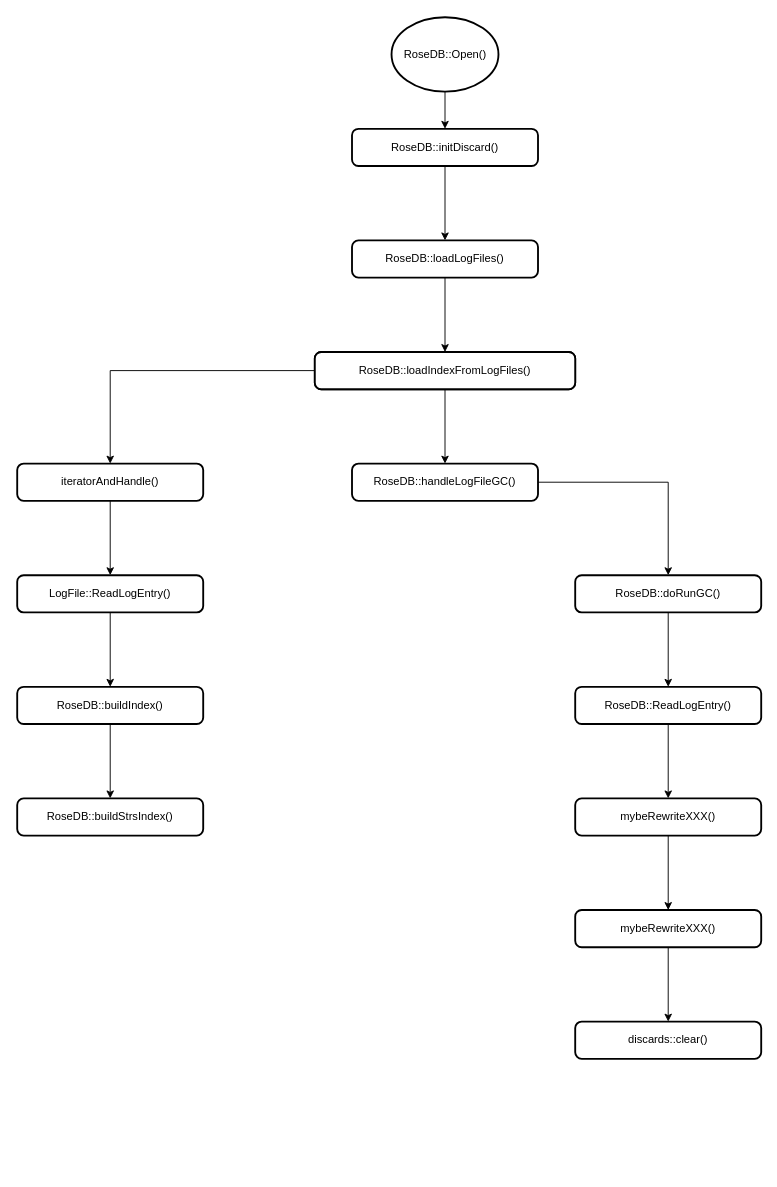
The draw.io diagram leveldb/rosedb_start.drawio in zll600/pictures, before the edit. Source tidied: cells renumbered, new cells numbered last; positions are measured from the earlier drawing's top-left corner, leaving out a move shared by most shapes. Both pictures are drawn from the tidied source at 93%, with x=0, y=0 at pixel (17, 17).
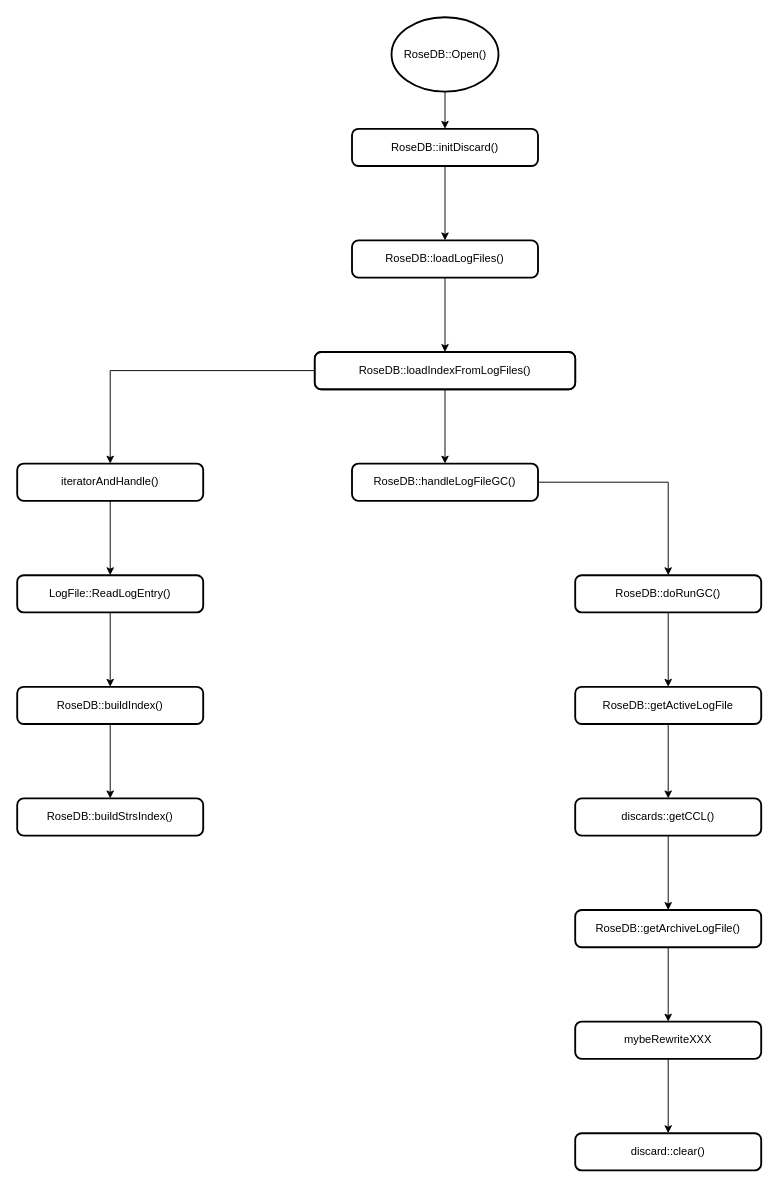
After the change.

Diff of the diagram source:
```diff
@@
-    <mxCell id="24" value="RoseDB::ReadLogEntry()" style="rounded=1;whiteSpace=wrap;html=1;absoluteArcSize=1;arcSize=14;strokeWidth=2;" parent="1" vertex="1">
+    <mxCell id="24" value="RoseDB::getActiveLogFile" style="rounded=1;whiteSpace=wrap;html=1;absoluteArcSize=1;arcSize=14;strokeWidth=2;" parent="1" vertex="1">
       <mxGeometry x="600" y="720" width="200" height="40" as="geometry" />
     </mxCell>
@@
-    <mxCell id="26" value="mybeRewriteXXX()" style="rounded=1;whiteSpace=wrap;html=1;absoluteArcSize=1;arcSize=14;strokeWidth=2;" parent="1" vertex="1">
+    <mxCell id="26" value="discards::getCCL()" style="rounded=1;whiteSpace=wrap;html=1;absoluteArcSize=1;arcSize=14;strokeWidth=2;" parent="1" vertex="1">
       <mxGeometry x="600" y="840" width="200" height="40" as="geometry" />
     </mxCell>
@@
-    <mxCell id="28" value="mybeRewriteXXX()" style="rounded=1;whiteSpace=wrap;html=1;absoluteArcSize=1;arcSize=14;strokeWidth=2;" parent="1" vertex="1">
+    <mxCell id="28" value="RoseDB::getArchiveLogFile()" style="rounded=1;whiteSpace=wrap;html=1;absoluteArcSize=1;arcSize=14;strokeWidth=2;" parent="1" vertex="1">
       <mxGeometry x="600" y="960" width="200" height="40" as="geometry" />
     </mxCell>
+    <mxCell id="30" style="edgeStyle=orthogonalEdgeStyle;rounded=0;jettySize=auto;html=1;entryX=0.5;entryY=0;entryDx=0;entryDy=0;" parent="1" edge="1" source="29" target="31">
+      <mxGeometry relative="1" as="geometry" />
+    </mxCell>
-    <mxCell id="29" value="discards::clear()" style="rounded=1;whiteSpace=wrap;html=1;absoluteArcSize=1;arcSize=14;strokeWidth=2;" parent="1" vertex="1">
+    <mxCell id="29" value="mybeRewriteXXX" style="rounded=1;whiteSpace=wrap;html=1;absoluteArcSize=1;arcSize=14;strokeWidth=2;" parent="1" vertex="1">
       <mxGeometry x="600" y="1080" width="200" height="40" as="geometry" />
     </mxCell>
+    <mxCell id="31" value="discard::clear()" style="rounded=1;whiteSpace=wrap;html=1;absoluteArcSize=1;arcSize=14;strokeWidth=2;" parent="1" vertex="1">
+      <mxGeometry x="600" y="1200" width="200" height="40" as="geometry" />
+    </mxCell>
```
